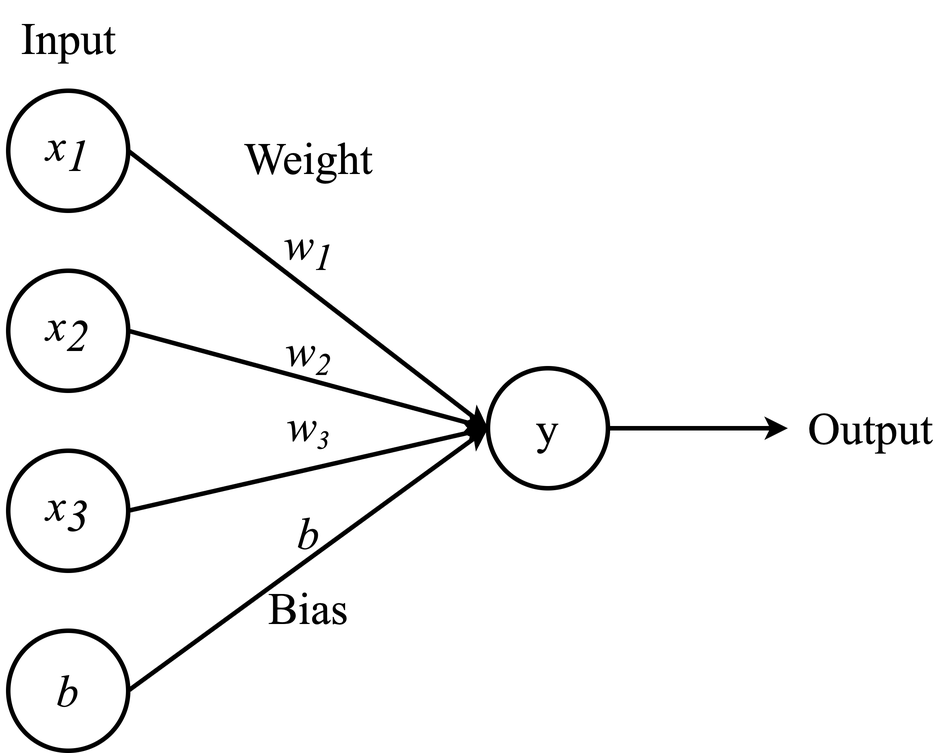
Before: fig/chapter2/nn_1.png, a diagram exported from draw.io (Kyosuke1004/Graduation_thesis). Source tidied: cells renumbered, new cells last; positions are measured from the earlier drawing's top-left corner, leaving out a move shared by most shapes.
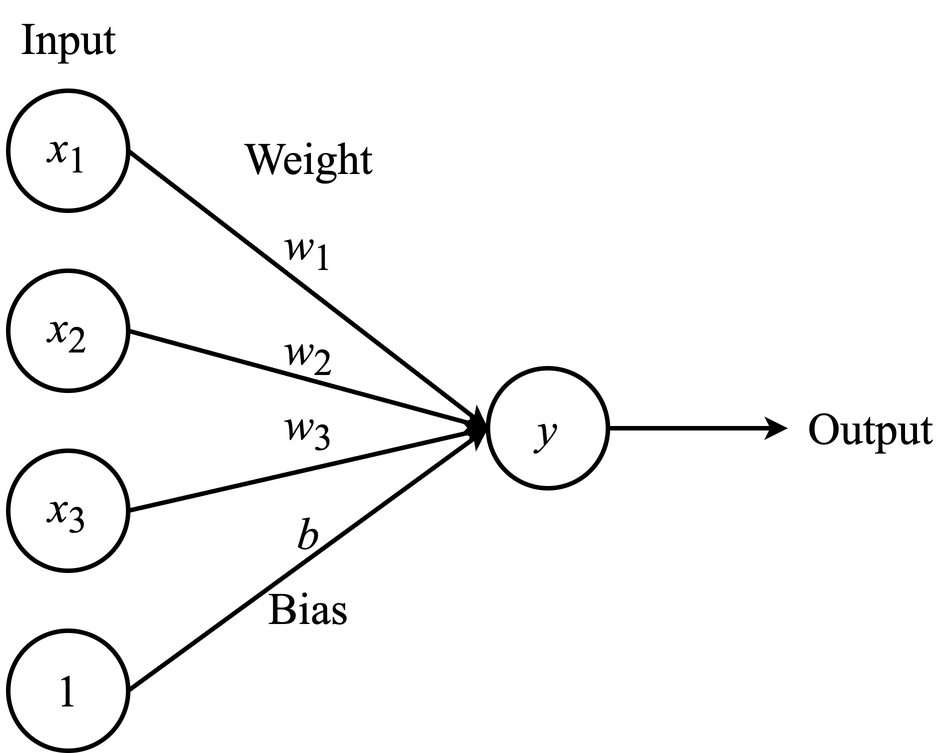
Above is the later version.

Diff of the diagram source:
```diff
@@ -2,16 +2,16 @@
   <root>
     <mxCell id="0" />
     <mxCell id="1" parent="0" />
-    <mxCell id="2" value="&lt;font face=&quot;Times New Roman&quot; style=&quot;font-size: 30px;&quot;&gt;&lt;i style=&quot;font-size: 30px;&quot;&gt;x&lt;sub style=&quot;font-size: 30px;&quot;&gt;1&lt;/sub&gt;&lt;/i&gt;&lt;/font&gt;" style="ellipse;whiteSpace=wrap;html=1;strokeWidth=3;fontSize=30;" parent="1" vertex="1">
+    <mxCell id="2" value="&lt;font face=&quot;Times New Roman&quot; style=&quot;font-size: 30px;&quot;&gt;&lt;span style=&quot;font-size: 30px;&quot;&gt;&lt;i&gt;x&lt;/i&gt;&lt;span style=&quot;font-size: 30px;&quot;&gt;&lt;sub style=&quot;&quot;&gt;1&lt;/sub&gt;&lt;/span&gt;&lt;/span&gt;&lt;/font&gt;" style="ellipse;whiteSpace=wrap;html=1;strokeWidth=3;fontSize=30;" parent="1" vertex="1">
       <mxGeometry x="5" y="60" width="80" height="80" as="geometry" />
     </mxCell>
-    <mxCell id="3" value="&lt;i style=&quot;font-size: 30px;&quot;&gt;&lt;font face=&quot;Times New Roman&quot; style=&quot;font-size: 30px;&quot;&gt;x&lt;/font&gt;&lt;font face=&quot;Times New Roman&quot; style=&quot;font-size: 30px;&quot;&gt;&lt;sub style=&quot;font-size: 30px;&quot;&gt;2&lt;/sub&gt;&lt;/font&gt;&lt;/i&gt;" style="ellipse;whiteSpace=wrap;html=1;strokeWidth=3;fontSize=30;" parent="1" vertex="1">
+    <mxCell id="3" value="&lt;span style=&quot;font-size: 30px;&quot;&gt;&lt;font face=&quot;Times New Roman&quot; style=&quot;font-style: italic; font-size: 30px;&quot;&gt;x&lt;/font&gt;&lt;font face=&quot;Times New Roman&quot; style=&quot;font-size: 30px;&quot;&gt;&lt;span style=&quot;font-size: 30px;&quot;&gt;&lt;sub style=&quot;&quot;&gt;2&lt;/sub&gt;&lt;/span&gt;&lt;/font&gt;&lt;/span&gt;" style="ellipse;whiteSpace=wrap;html=1;strokeWidth=3;fontSize=30;" parent="1" vertex="1">
       <mxGeometry x="5" y="180" width="80" height="80" as="geometry" />
     </mxCell>
-    <mxCell id="4" value="&lt;font face=&quot;Times New Roman&quot; style=&quot;font-size: 30px;&quot;&gt;&lt;i style=&quot;font-size: 30px;&quot;&gt;x&lt;sub style=&quot;font-size: 30px;&quot;&gt;3&lt;/sub&gt;&lt;/i&gt;&lt;/font&gt;" style="ellipse;whiteSpace=wrap;html=1;strokeWidth=3;fontSize=30;" parent="1" vertex="1">
+    <mxCell id="4" value="&lt;font face=&quot;Times New Roman&quot; style=&quot;font-size: 30px;&quot;&gt;&lt;span style=&quot;font-size: 30px;&quot;&gt;&lt;i&gt;x&lt;/i&gt;&lt;span style=&quot;font-size: 30px;&quot;&gt;&lt;sub style=&quot;&quot;&gt;3&lt;/sub&gt;&lt;/span&gt;&lt;/span&gt;&lt;/font&gt;" style="ellipse;whiteSpace=wrap;html=1;strokeWidth=3;fontSize=30;" parent="1" vertex="1">
       <mxGeometry x="5" y="300" width="80" height="80" as="geometry" />
     </mxCell>
-    <mxCell id="5" value="&lt;font style=&quot;font-size: 30px;&quot; face=&quot;Times New Roman&quot;&gt;y&lt;/font&gt;" style="ellipse;whiteSpace=wrap;html=1;strokeWidth=3;fontSize=30;" parent="1" vertex="1">
+    <mxCell id="5" value="&lt;font style=&quot;font-size: 30px;&quot; face=&quot;Times New Roman&quot;&gt;&lt;i&gt;y&lt;/i&gt;&lt;/font&gt;" style="ellipse;whiteSpace=wrap;html=1;strokeWidth=3;fontSize=30;" parent="1" vertex="1">
       <mxGeometry x="325" y="245" width="80" height="80" as="geometry" />
     </mxCell>
     <mxCell id="6" style="endArrow=classic;html=1;rounded=0;exitX=1;exitY=0.5;exitDx=0;exitDy=0;entryX=0;entryY=0.5;entryDx=0;entryDy=0;strokeWidth=3;fontSize=30;" parent="1" edge="1" source="2" target="5">
@@ -23,14 +23,14 @@
     <mxCell id="8" style="endArrow=classic;html=1;rounded=0;exitX=1;exitY=0.5;exitDx=0;exitDy=0;strokeWidth=3;fontSize=30;entryX=0;entryY=0.5;entryDx=0;entryDy=0;" parent="1" edge="1" source="4" target="5">
       <mxGeometry relative="1" as="geometry" />
     </mxCell>
-    <mxCell id="9" value="&lt;i style=&quot;font-size: 30px;&quot;&gt;&lt;font face=&quot;Times New Roman&quot; style=&quot;font-size: 30px;&quot;&gt;w&lt;sub&gt;1&lt;/sub&gt;&lt;/font&gt;&lt;/i&gt;" style="text;html=1;align=center;verticalAlign=middle;strokeColor=none;fillColor=none;fontSize=30;strokeWidth=3;" parent="1" vertex="1">
+    <mxCell id="9" value="&lt;span style=&quot;font-size: 30px;&quot;&gt;&lt;font face=&quot;Times New Roman&quot; style=&quot;font-size: 30px;&quot;&gt;&lt;i&gt;w&lt;/i&gt;&lt;sub style=&quot;&quot;&gt;1&lt;/sub&gt;&lt;/font&gt;&lt;/span&gt;" style="text;html=1;align=center;verticalAlign=middle;strokeColor=none;fillColor=none;fontSize=30;strokeWidth=3;" parent="1" vertex="1">
       <mxGeometry x="175" y="140" width="60" height="50" as="geometry" />
     </mxCell>
-    <mxCell id="10" value="&lt;i style=&quot;&quot;&gt;&lt;font face=&quot;Times New Roman&quot; style=&quot;font-size: 30px;&quot;&gt;w&lt;/font&gt;&lt;font face=&quot;Times New Roman&quot; style=&quot;font-size: 25px;&quot;&gt;&lt;sub&gt;2&lt;/sub&gt;&lt;/font&gt;&lt;/i&gt;" style="text;html=1;align=center;verticalAlign=middle;strokeColor=none;fillColor=none;fontSize=30;strokeWidth=3;" parent="1" vertex="1">
-      <mxGeometry x="180" y="210" width="50" height="50" as="geometry" />
+    <mxCell id="10" value="&lt;font face=&quot;Times New Roman&quot; style=&quot;font-style: italic; font-size: 30px;&quot;&gt;w&lt;/font&gt;&lt;font face=&quot;Times New Roman&quot; style=&quot;font-size: 30px;&quot;&gt;&lt;sub style=&quot;&quot;&gt;2&lt;/sub&gt;&lt;/font&gt;" style="text;html=1;align=center;verticalAlign=middle;strokeColor=none;fillColor=none;fontSize=30;strokeWidth=3;" parent="1" vertex="1">
+      <mxGeometry x="175" y="210" width="60" height="50" as="geometry" />
     </mxCell>
-    <mxCell id="11" value="&lt;i style=&quot;&quot;&gt;&lt;font face=&quot;Times New Roman&quot; style=&quot;font-size: 30px;&quot;&gt;w&lt;/font&gt;&lt;font face=&quot;Times New Roman&quot; style=&quot;font-size: 20.8333px;&quot;&gt;&lt;sub&gt;3&lt;/sub&gt;&lt;/font&gt;&lt;/i&gt;" style="text;html=1;align=center;verticalAlign=middle;strokeColor=none;fillColor=none;fontSize=30;strokeWidth=3;" parent="1" vertex="1">
-      <mxGeometry x="180" y="260" width="50" height="50" as="geometry" />
+    <mxCell id="11" value="&lt;font face=&quot;Times New Roman&quot; style=&quot;font-style: italic; font-size: 30px;&quot;&gt;w&lt;/font&gt;&lt;font size=&quot;1&quot; face=&quot;Times New Roman&quot; style=&quot;&quot;&gt;&lt;span style=&quot;font-size: 30px;&quot;&gt;&lt;sub style=&quot;&quot;&gt;3&lt;/sub&gt;&lt;/span&gt;&lt;/font&gt;" style="text;html=1;align=center;verticalAlign=middle;strokeColor=none;fillColor=none;fontSize=30;strokeWidth=3;" parent="1" vertex="1">
+      <mxGeometry x="175" y="260" width="60" height="50" as="geometry" />
     </mxCell>
     <mxCell id="12" value="Input" style="text;html=1;align=center;verticalAlign=middle;strokeColor=none;fillColor=none;fontSize=30;fontFamily=Times New Roman;" parent="1" vertex="1">
       <mxGeometry width="90" height="50" as="geometry" />
@@ -53,7 +53,7 @@
         <mxPoint x="525" y="285" as="targetPoint" />
       </mxGeometry>
     </mxCell>
-    <mxCell id="18" value="&lt;font face=&quot;Times New Roman&quot;&gt;&lt;i&gt;b&lt;/i&gt;&lt;/font&gt;" style="ellipse;whiteSpace=wrap;html=1;strokeWidth=3;fontSize=30;" parent="1" vertex="1">
+    <mxCell id="18" value="&lt;font face=&quot;Times New Roman&quot;&gt;1&lt;/font&gt;" style="ellipse;whiteSpace=wrap;html=1;strokeWidth=3;fontSize=30;" parent="1" vertex="1">
       <mxGeometry x="5" y="420" width="80" height="80" as="geometry" />
     </mxCell>
     <mxCell id="19" style="endArrow=classic;html=1;rounded=0;exitX=1;exitY=0.5;exitDx=0;exitDy=0;strokeWidth=3;fontSize=30;entryX=0;entryY=0.5;entryDx=0;entryDy=0;" parent="1" edge="1" source="18" target="5">
```
